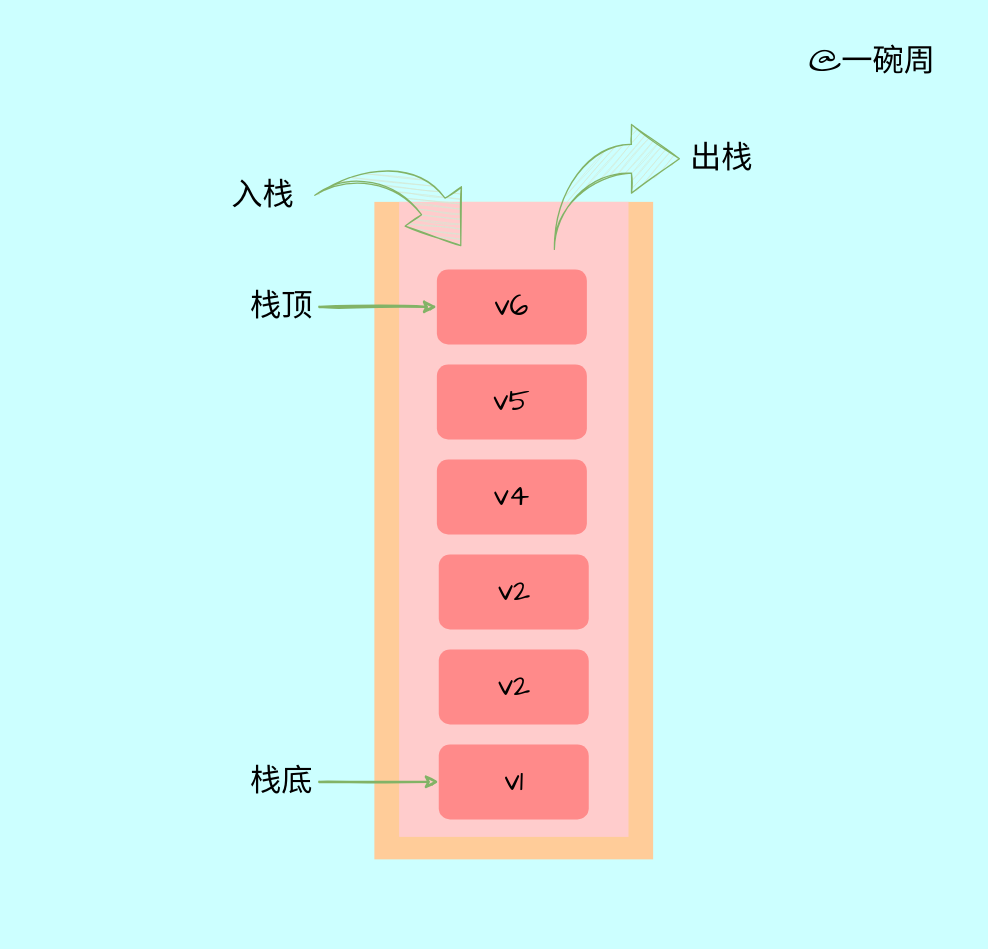
Before: 数据结构/stack/draw.io/什么是栈.drawio in ywanzhou/play-algorithm, a draw.io diagram. Source tidied: cells renumbered, new cells numbered last; positions are measured from the earlier drawing's top-left corner, leaving out a move shared by most shapes. Both pictures are drawn from the tidied source at 125%, with x=0, y=0 at pixel (26, 26).
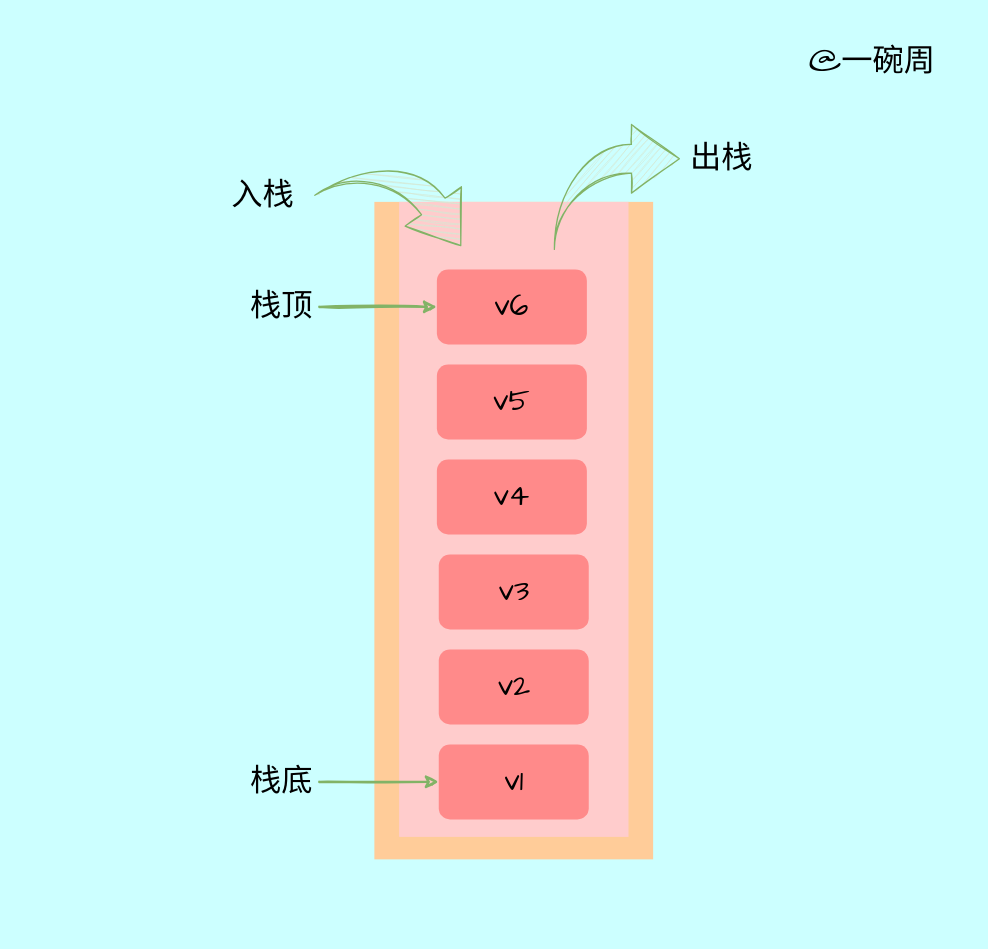
After the change.

Commit message (it also covers changes not shown here):
调整画图错误

Diff of the diagram source:
```diff
@@
 <mxGraphModel background="#CCFFFF">
   <root>
     <mxCell id="0" />
     <mxCell id="1" parent="0" />
     <mxCell id="2" style="rounded=0;whiteSpace=wrap;html=1;shadow=1;sketch=1;fontFamily=Comic Sans MS;fontSize=25;strokeColor=none;fillColor=none;" parent="1" vertex="1">
       <mxGeometry width="746" height="714" as="geometry" />
     </mxCell>
     <mxCell id="3" style="rounded=0;whiteSpace=wrap;html=1;arcSize=9;fillColor=#ffcc99;strokeColor=none;" parent="1" vertex="1">
       <mxGeometry x="278" y="140" width="223" height="526" as="geometry" />
     </mxCell>
     <mxCell id="4" style="rounded=0;whiteSpace=wrap;html=1;arcSize=9;fillColor=#ffcccc;strokeColor=none;" parent="1" vertex="1">
       <mxGeometry x="297.8" y="140" width="183.5" height="508" as="geometry" />
     </mxCell>
     <mxCell id="5" value="&lt;font style=&quot;font-size: 24px&quot; face=&quot;Comic Sans MS&quot;&gt;v1&lt;/font&gt;" style="rounded=1;whiteSpace=wrap;html=1;fillColor=#FF8A8A;strokeColor=none;" parent="1" vertex="1">
       <mxGeometry x="329.5" y="574" width="120" height="60" as="geometry" />
     </mxCell>
     <mxCell id="6" value="&lt;font style=&quot;font-size: 24px&quot; face=&quot;Comic Sans MS&quot;&gt;v2&lt;/font&gt;" style="rounded=1;whiteSpace=wrap;html=1;fillColor=#FF8A8A;strokeColor=none;" parent="1" vertex="1">
       <mxGeometry x="329.5" y="498" width="120" height="60" as="geometry" />
     </mxCell>
-    <mxCell id="7" value="&lt;font style=&quot;font-size: 24px&quot; face=&quot;Comic Sans MS&quot;&gt;v2&lt;/font&gt;" style="rounded=1;whiteSpace=wrap;html=1;fillColor=#FF8A8A;strokeColor=none;" parent="1" vertex="1">
+    <mxCell id="7" value="&lt;font style=&quot;font-size: 24px&quot; face=&quot;Comic Sans MS&quot;&gt;v3&lt;/font&gt;" style="rounded=1;whiteSpace=wrap;html=1;fillColor=#FF8A8A;strokeColor=none;" parent="1" vertex="1">
       <mxGeometry x="329.5" y="422" width="120" height="60" as="geometry" />
     </mxCell>
     <mxCell id="8" value="&lt;font style=&quot;font-size: 24px&quot; face=&quot;Comic Sans MS&quot;&gt;v4&lt;/font&gt;" style="rounded=1;whiteSpace=wrap;html=1;fillColor=#FF8A8A;strokeColor=none;" parent="1" vertex="1">
       <mxGeometry x="328" y="346" width="120" height="60" as="geometry" />
     </mxCell>
     <mxCell id="9" value="&lt;font style=&quot;font-size: 24px&quot; face=&quot;Comic Sans MS&quot;&gt;v5&lt;/font&gt;" style="rounded=1;whiteSpace=wrap;html=1;fillColor=#FF8A8A;strokeColor=none;" parent="1" vertex="1">
       <mxGeometry x="328" y="270" width="120" height="60" as="geometry" />
     </mxCell>
     <mxCell id="10" value="&lt;font style=&quot;font-size: 24px&quot; face=&quot;Comic Sans MS&quot;&gt;v6&lt;/font&gt;" style="rounded=1;whiteSpace=wrap;html=1;fillColor=#FF8A8A;strokeColor=none;" parent="1" vertex="1">
       <mxGeometry x="328" y="194" width="120" height="60" as="geometry" />
     </mxCell>
     <mxCell id="11" style="html=1;shadow=0;dashed=0;align=center;verticalAlign=middle;shape=mxgraph.arrows2.jumpInArrow;dy=11.5;dx=38.33;arrowHead=55;rounded=0;fontFamily=Comic Sans MS;fontSize=24;fillColor=#d5e8d4;strokeColor=#82b366;sketch=1;" parent="1" vertex="1">
       <mxGeometry x="422" y="78" width="100" height="100" as="geometry" />
     </mxCell>
     <mxCell id="12" style="html=1;shadow=0;dashed=0;align=center;verticalAlign=middle;shape=mxgraph.arrows2.jumpInArrow;dy=11.5;dx=38.33;arrowHead=55;rounded=0;fontFamily=Comic Sans MS;fontSize=24;fillColor=#d5e8d4;strokeColor=#82b366;sketch=1;rotation=55;" parent="1" vertex="1">
       <mxGeometry x="250" y="97" width="100" height="100" as="geometry" />
     </mxCell>
     <mxCell id="13" value="出栈" style="text;html=1;strokeColor=none;fillColor=none;align=center;verticalAlign=middle;whiteSpace=wrap;rounded=0;shadow=1;sketch=1;fontFamily=Comic Sans MS;fontSize=25;" parent="1" vertex="1">
       <mxGeometry x="526" y="90" width="60" height="30" as="geometry" />
     </mxCell>
     <mxCell id="14" value="入栈" style="text;html=1;strokeColor=none;fillColor=none;align=center;verticalAlign=middle;whiteSpace=wrap;rounded=0;shadow=1;sketch=1;fontFamily=Comic Sans MS;fontSize=25;" parent="1" vertex="1">
       <mxGeometry x="159" y="120" width="60" height="30" as="geometry" />
     </mxCell>
     <mxCell id="15" style="edgeStyle=orthogonalEdgeStyle;rounded=0;jettySize=auto;html=1;exitX=1;exitY=0.5;exitDx=0;exitDy=0;fontFamily=Comic Sans MS;fontSize=24;fillColor=#d5e8d4;strokeColor=#82b366;sketch=1;strokeWidth=2;" parent="1" edge="1" source="16" target="10">
       <mxGeometry relative="1" as="geometry" />
     </mxCell>
     <mxCell id="16" value="栈顶" style="text;html=1;strokeColor=none;fillColor=none;align=center;verticalAlign=middle;whiteSpace=wrap;rounded=0;shadow=1;sketch=1;fontFamily=Comic Sans MS;fontSize=25;" parent="1" vertex="1">
       <mxGeometry x="174" y="209" width="60" height="30" as="geometry" />
     </mxCell>
     <mxCell id="17" style="edgeStyle=orthogonalEdgeStyle;rounded=0;jettySize=auto;html=1;exitX=1;exitY=0.5;exitDx=0;exitDy=0;fontFamily=Comic Sans MS;fontSize=24;fillColor=#d5e8d4;strokeColor=#82b366;sketch=1;strokeWidth=2;" parent="1" edge="1" source="18" target="5">
       <mxGeometry relative="1" as="geometry" />
     </mxCell>
     <mxCell id="18" value="栈底" style="text;html=1;strokeColor=none;fillColor=none;align=center;verticalAlign=middle;whiteSpace=wrap;rounded=0;shadow=1;sketch=1;fontFamily=Comic Sans MS;fontSize=25;" parent="1" vertex="1">
       <mxGeometry x="174" y="589" width="60" height="30" as="geometry" />
     </mxCell>
     <mxCell id="19" value="@一碗周" style="text;html=1;strokeColor=none;fillColor=none;align=center;verticalAlign=middle;whiteSpace=wrap;rounded=0;shadow=1;sketch=1;fontFamily=Comic Sans MS;fontSize=25;" parent="1" vertex="1">
       <mxGeometry x="618" y="13" width="117" height="30" as="geometry" />
     </mxCell>
   </root>
 </mxGraphModel>
```
